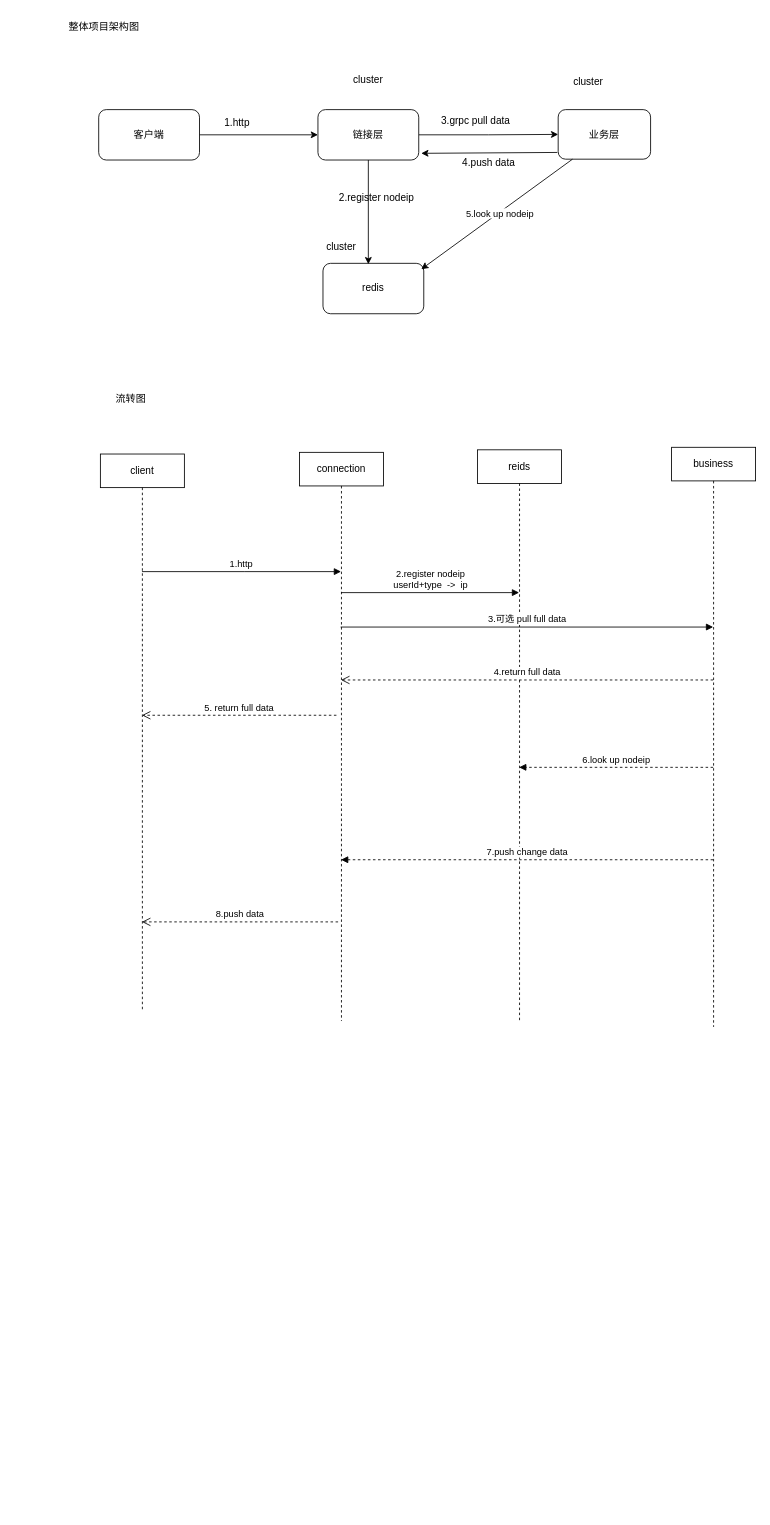
xu-xiwei/drawio keeps this draw.io diagram as tv网关维护长连接.drawio. Above is the earlier version. Source tidied: cells renumbered, new cells numbered last; positions are measured from the earlier drawing's top-left corner, leaving out a move shared by most shapes. Both pictures are drawn from the tidied source at 84%, with x=0, y=0 at pixel (57, 14).
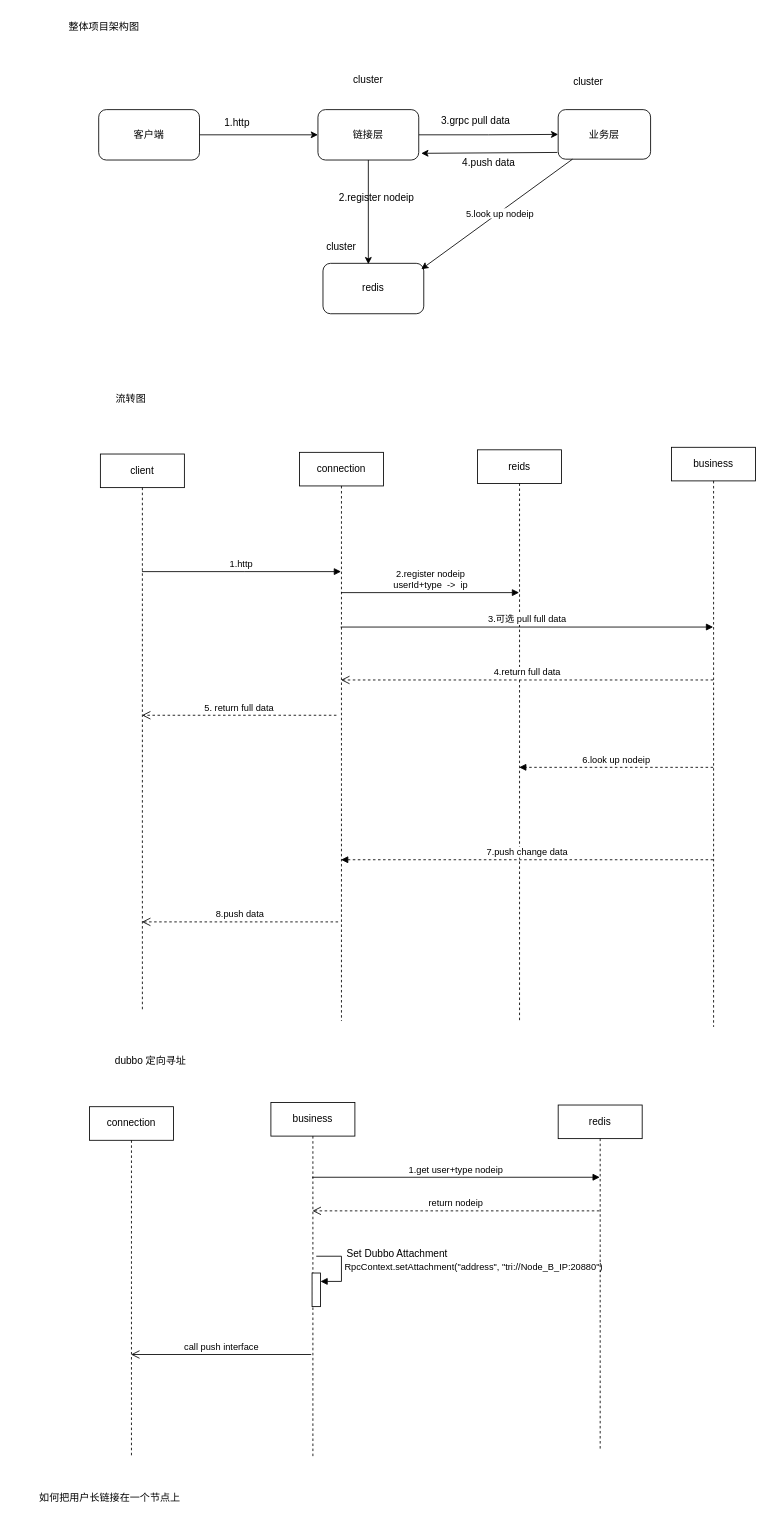
Above is the later version.

Commit message (it also covers changes not shown here):
更新tv网关维护长连接.drawio

Change to the diagram source:
```diff
@@
+    <mxCell id="33" value="dubbo 定向寻址" style="text;html=1;whiteSpace=wrap;strokeColor=none;fillColor=none;align=center;verticalAlign=middle;rounded=0;" parent="1" vertex="1">
+      <mxGeometry x="56" y="1231" width="110" height="30" as="geometry" />
+    </mxCell>
+    <mxCell id="34" value="business" style="shape=umlLifeline;perimeter=lifelinePerimeter;whiteSpace=wrap;html=1;outlineConnect=0;portConstraint=eastwest;newEdgeStyle={&quot;curved&quot;:0,&quot;rounded&quot;:0};" parent="1" vertex="1">
+      <mxGeometry x="254" y="1295" width="100" height="422" as="geometry" />
+    </mxCell>
+    <mxCell id="35" style="html=1;points=[[0,0,0,0,5],[0,1,0,0,-5],[1,0,0,0,5],[1,1,0,0,-5]];perimeter=orthogonalPerimeter;outlineConnect=0;targetShapes=umlLifeline;portConstraint=eastwest;newEdgeStyle={&quot;curved&quot;:0,&quot;rounded&quot;:0};" parent="34" vertex="1">
+      <mxGeometry x="49" y="203" width="10" height="40" as="geometry" />
+    </mxCell>
+    <mxCell id="36" value="RpcContext.setAttachment(&quot;address&quot;, &quot;tri://Node_B_IP:20880&quot;)" style="html=1;align=left;spacingLeft=2;endArrow=block;rounded=0;edgeStyle=orthogonalEdgeStyle;curved=0;rounded=0;" parent="34" edge="1" target="35">
+      <mxGeometry relative="1" as="geometry">
+        <mxPoint x="54" y="183" as="sourcePoint" />
+        <Array as="points">
+          <mxPoint x="84" y="213" />
+        </Array>
+      </mxGeometry>
+    </mxCell>
+    <mxCell id="37" value="redis" style="shape=umlLifeline;perimeter=lifelinePerimeter;whiteSpace=wrap;html=1;outlineConnect=0;portConstraint=eastwest;newEdgeStyle={&quot;curved&quot;:0,&quot;rounded&quot;:0};" parent="1" vertex="1">
+      <mxGeometry x="596" y="1298" width="100" height="410" as="geometry" />
+    </mxCell>
+    <mxCell id="38" value="1.get user+type nodeip" style="html=1;verticalAlign=bottom;endArrow=block;curved=0;rounded=0;" parent="1" edge="1" target="37">
+      <mxGeometry relative="1" as="geometry">
+        <mxPoint x="303" y="1384" as="sourcePoint" />
+      </mxGeometry>
+    </mxCell>
+    <mxCell id="39" value="return nodeip" style="html=1;verticalAlign=bottom;endArrow=open;dashed=1;endSize=8;curved=0;rounded=0;" parent="1" edge="1" target="34">
+      <mxGeometry relative="1" as="geometry">
+        <mxPoint x="645" y="1424" as="sourcePoint" />
+      </mxGeometry>
+    </mxCell>
+    <mxCell id="40" value="Set Dubbo Attachment" style="text;html=1;whiteSpace=wrap;strokeColor=none;fillColor=none;align=center;verticalAlign=middle;rounded=0;" parent="1" vertex="1">
+      <mxGeometry x="323" y="1460" width="163" height="30" as="geometry" />
+    </mxCell>
+    <mxCell id="41" value="connection" style="shape=umlLifeline;perimeter=lifelinePerimeter;whiteSpace=wrap;html=1;outlineConnect=0;portConstraint=eastwest;newEdgeStyle={&quot;curved&quot;:0,&quot;rounded&quot;:0};" parent="1" vertex="1">
+      <mxGeometry x="38" y="1300" width="100" height="417" as="geometry" />
+    </mxCell>
+    <mxCell id="42" value="call push interface" style="html=1;verticalAlign=bottom;endArrow=open;endSize=8;curved=0;rounded=0;" parent="1" edge="1" target="41">
+      <mxGeometry relative="1" as="geometry">
+        <mxPoint x="302" y="1595" as="sourcePoint" />
+      </mxGeometry>
+    </mxCell>
+    <mxCell id="43" value="如何把用户长链接在一个节点上" style="text;html=1;whiteSpace=wrap;strokeColor=none;fillColor=none;align=center;verticalAlign=middle;rounded=0;" parent="1" vertex="1">
+      <mxGeometry x="-51" y="1751" width="227" height="30" as="geometry" />
+    </mxCell>
```
